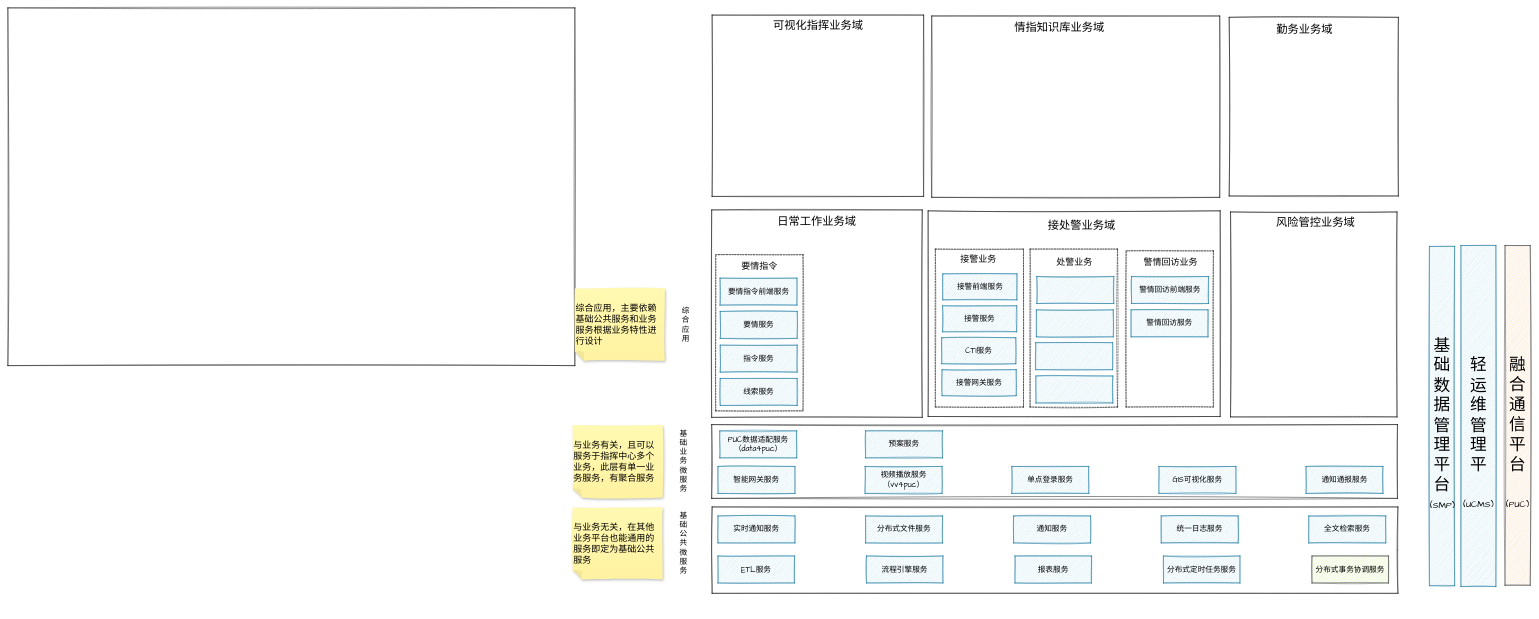
Earlier version of the draw.io diagram page "服务分层分域结构图" (2 of 2) of 基于云平台的微服务架构.drawio (chensiyu123456/drawio-files). Source tidied: cells renumbered, new cells numbered last; positions are measured from the earlier drawing's top-left corner, leaving out a move shared by most shapes. Both pictures are drawn from the tidied source at 45%, with x=0, y=0 at pixel (8, 8).
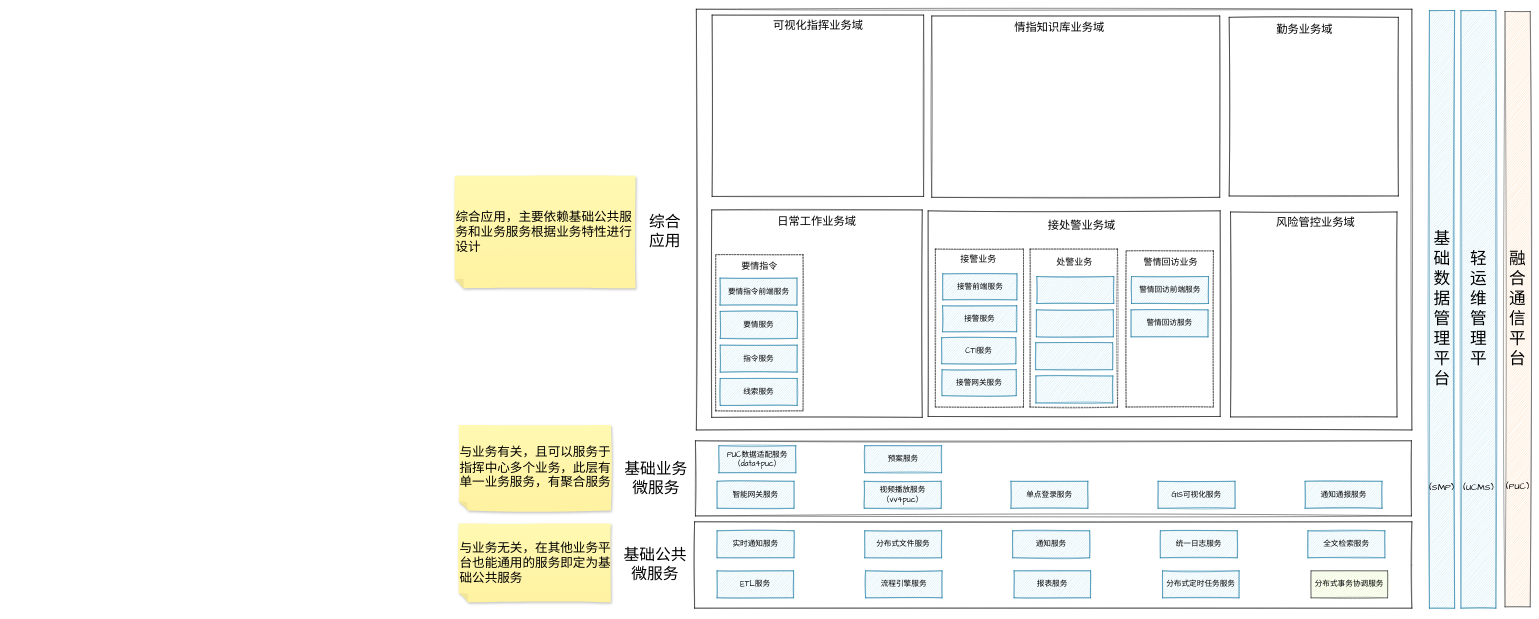
The same page after the edit.

Commit message:
更新基于云平台的微服务架构.drawio

What changed in the source:
```diff
@@
+    <mxCell id="3" style="rounded=0;whiteSpace=wrap;html=1;sketch=1;hachureGap=4;fontFamily=Architects Daughter;fontSize=17;fontColor=#000000;" parent="1" vertex="1">
+      <mxGeometry x="1529.9" y="3" width="1590.1" height="935" as="geometry" />
+    </mxCell>
@@
-    <mxCell id="3" style="rounded=0;whiteSpace=wrap;html=1;sketch=1;hachureGap=4;fontFamily=Architects Daughter;fontSize=17;fontColor=#000000;" parent="1" vertex="1">
-      <mxGeometry width="1260" height="795" as="geometry" />
-    </mxCell>
     <mxCell id="4" style="edgeStyle=none;curved=1;rounded=0;sketch=1;hachureGap=4;jettySize=auto;html=1;exitX=1;exitY=0.5;exitDx=0;exitDy=0;fontFamily=Architects Daughter;fontSize=25;endArrow=open;startSize=14;endSize=14;sourcePerimeterSpacing=8;targetPerimeterSpacing=8;" parent="1" edge="1" source="5">
       <mxGeometry relative="1" as="geometry">
-        <mxPoint x="2344" y="1205" as="targetPoint" />
+        <mxPoint x="2342" y="1238" as="targetPoint" />
       </mxGeometry>
     </mxCell>
     <mxCell id="5" style="rounded=0;whiteSpace=wrap;html=1;sketch=1;hachureGap=4;fontFamily=Architects Daughter;fontSize=17;fontColor=#000000;" parent="1" vertex="1">
-      <mxGeometry x="1565" y="1109" width="1524" height="192" as="geometry" />
+      <mxGeometry x="1526" y="1142" width="1594" height="192" as="geometry" />
     </mxCell>
-    <mxCell id="6" value="基础公共微服务" style="text;strokeColor=none;fillColor=none;html=1;align=center;verticalAlign=middle;whiteSpace=wrap;rounded=0;sketch=1;hachureGap=4;fontFamily=Architects Daughter;fontSize=17;fontColor=#000000;" parent="1" vertex="1">
-      <mxGeometry x="1485" y="1088" width="33" height="204" as="geometry" />
+    <mxCell id="6" value="基础公共&lt;br&gt;微服务" style="text;strokeColor=none;fillColor=none;html=1;align=center;verticalAlign=middle;whiteSpace=wrap;rounded=0;sketch=1;hachureGap=4;fontFamily=Architects Daughter;fontSize=35;fontColor=#000000;" parent="1" vertex="1">
+      <mxGeometry x="1341" y="1136" width="195" height="204" as="geometry" />
     </mxCell>
     <mxCell id="7" value="实时通知服务" style="rounded=0;whiteSpace=wrap;html=1;sketch=1;hachureGap=4;fontFamily=Architects Daughter;fontSize=17;fillColor=#b1ddf0;strokeColor=#10739e;" parent="1" vertex="1">
-      <mxGeometry x="1578" y="1129" width="171" height="60" as="geometry" />
+      <mxGeometry x="1576" y="1162" width="171" height="60" as="geometry" />
     </mxCell>
     <mxCell id="8" value="分布式文件服务" style="rounded=0;whiteSpace=wrap;html=1;sketch=1;hachureGap=4;fontFamily=Architects Daughter;fontSize=17;fillColor=#b1ddf0;strokeColor=#10739e;" parent="1" vertex="1">
-      <mxGeometry x="1906" y="1129" width="171" height="60" as="geometry" />
+      <mxGeometry x="1904" y="1162" width="171" height="60" as="geometry" />
     </mxCell>
     <mxCell id="9" value="通知服务" style="rounded=0;whiteSpace=wrap;html=1;sketch=1;hachureGap=4;fontFamily=Architects Daughter;fontSize=17;fillColor=#b1ddf0;strokeColor=#10739e;" parent="1" vertex="1">
-      <mxGeometry x="2235" y="1129" width="171" height="60" as="geometry" />
+      <mxGeometry x="2233" y="1162" width="171" height="60" as="geometry" />
     </mxCell>
     <mxCell id="10" style="rounded=0;whiteSpace=wrap;html=1;sketch=1;hachureGap=4;fontFamily=Architects Daughter;fontSize=17;fontColor=#000000;" parent="1" vertex="1">
-      <mxGeometry x="1564" y="926" width="1524" height="164" as="geometry" />
+      <mxGeometry x="1527.9" y="962" width="1591.1" height="167" as="geometry" />
     </mxCell>
-    <mxCell id="11" value="基础业务微服务" style="text;strokeColor=none;fillColor=none;html=1;align=center;verticalAlign=middle;whiteSpace=wrap;rounded=0;sketch=1;hachureGap=4;fontFamily=Architects Daughter;fontSize=17;fontColor=#000000;" parent="1" vertex="1">
-      <mxGeometry x="1485" y="906" width="33" height="204" as="geometry" />
+    <mxCell id="11" value="基础业务&lt;br style=&quot;font-size: 35px;&quot;&gt;微服务" style="text;strokeColor=none;fillColor=none;html=1;align=center;verticalAlign=middle;whiteSpace=wrap;rounded=0;sketch=1;hachureGap=4;fontFamily=Architects Daughter;fontSize=35;fontColor=#000000;" parent="1" vertex="1">
+      <mxGeometry x="1345" y="943.5" width="191" height="204" as="geometry" />
     </mxCell>
     <mxCell id="12" value="GIS可视化服务" style="rounded=0;whiteSpace=wrap;html=1;sketch=1;hachureGap=4;fontFamily=Architects Daughter;fontSize=17;fillColor=#b1ddf0;strokeColor=#10739e;" parent="1" vertex="1">
-      <mxGeometry x="2558" y="1019" width="171" height="60" as="geometry" />
+      <mxGeometry x="2556" y="1052" width="171" height="60" as="geometry" />
     </mxCell>
     <mxCell id="13" value="通知通报服务" style="rounded=0;whiteSpace=wrap;html=1;sketch=1;hachureGap=4;fontFamily=Architects Daughter;fontSize=17;fillColor=#b1ddf0;strokeColor=#10739e;" parent="1" vertex="1">
-      <mxGeometry x="2884.7" y="1019" width="171" height="60" as="geometry" />
+      <mxGeometry x="2882.7" y="1052" width="171" height="60" as="geometry" />
     </mxCell>
     <mxCell id="14" value="统一日志服务" style="rounded=0;whiteSpace=wrap;html=1;sketch=1;hachureGap=4;fontFamily=Architects Daughter;fontSize=17;fillColor=#b1ddf0;strokeColor=#10739e;" parent="1" vertex="1">
-      <mxGeometry x="2563" y="1129" width="171" height="60" as="geometry" />
+      <mxGeometry x="2561" y="1162" width="171" height="60" as="geometry" />
     </mxCell>
     <mxCell id="15" value="全文检索服务" style="rounded=0;whiteSpace=wrap;html=1;sketch=1;hachureGap=4;fontFamily=Architects Daughter;fontSize=17;fillColor=#b1ddf0;strokeColor=#10739e;" parent="1" vertex="1">
-      <mxGeometry x="2891" y="1129" width="171" height="60" as="geometry" />
+      <mxGeometry x="2889" y="1162" width="171" height="60" as="geometry" />
     </mxCell>
     <mxCell id="16" style="group;" parent="1" vertex="1">
-      <mxGeometry x="3324" y="528" width="61" height="755" as="geometry" />
+      <mxGeometry x="3324" y="8" width="61" height="1323" as="geometry" />
     </mxCell>
     <mxCell id="17" value="融合通信平台" style="rounded=0;whiteSpace=wrap;html=1;sketch=1;hachureGap=4;fontFamily=Architects Daughter;fontSize=37;fillColor=#ffcc99;strokeColor=#36393d;" parent="16" vertex="1">
-      <mxGeometry x="3" width="56" height="755" as="geometry" />
+      <mxGeometry x="3" width="56" height="1323" as="geometry" />
     </mxCell>
     <mxCell id="18" value="(PUC)" style="text;html=1;align=center;verticalAlign=middle;strokeColor=none;fillColor=none;sketch=1;hachureGap=4;fontFamily=Architects Daughter;fontSize=20;fontColor=#000000;" parent="16" vertex="1">
-      <mxGeometry y="560.9" width="61" height="28" as="geometry" />
+      <mxGeometry y="1041" width="61" height="28" as="geometry" />
     </mxCell>
     <mxCell id="19" value="ETL服务" style="rounded=0;whiteSpace=wrap;html=1;sketch=1;hachureGap=4;fontFamily=Architects Daughter;fontSize=17;fillColor=#b1ddf0;strokeColor=#10739e;" parent="1" vertex="1">
-      <mxGeometry x="1578" y="1218" width="170" height="60" as="geometry" />
+      <mxGeometry x="1576" y="1251" width="170" height="60" as="geometry" />
     </mxCell>
     <mxCell id="20" value="智能网关服务" style="rounded=0;whiteSpace=wrap;html=1;sketch=1;hachureGap=4;fontFamily=Architects Daughter;fontSize=17;fillColor=#b1ddf0;strokeColor=#10739e;" parent="1" vertex="1">
-      <mxGeometry x="1578" y="1019" width="171" height="60" as="geometry" />
+      <mxGeometry x="1576" y="1052" width="171" height="60" as="geometry" />
     </mxCell>
     <mxCell id="21" style="group;" parent="1" vertex="1">
-      <mxGeometry x="3155" y="530" width="65" height="754" as="geometry" />
+      <mxGeometry x="3155" y="6" width="65" height="1328" as="geometry" />
     </mxCell>
     <mxCell id="22" value="基础数据管理平台" style="rounded=0;whiteSpace=wrap;html=1;sketch=1;hachureGap=4;fontFamily=Architects Daughter;fontSize=37;fillColor=#b1ddf0;strokeColor=#10739e;" parent="21" vertex="1">
-      <mxGeometry x="4" width="56" height="754" as="geometry" />
+      <mxGeometry x="4" width="56" height="1328" as="geometry" />
     </mxCell>
     <mxCell id="23" value="(SMP)" style="text;html=1;align=center;verticalAlign=middle;strokeColor=none;fillColor=none;sketch=1;hachureGap=4;fontFamily=Architects Daughter;fontSize=20;fontColor=#000000;" parent="21" vertex="1">
-      <mxGeometry y="560.1" width="65" height="28" as="geometry" />
+      <mxGeometry x="-2" y="1044.6" width="65" height="28" as="geometry" />
     </mxCell>
     <mxCell id="24" value="流程引擎服务" style="rounded=0;whiteSpace=wrap;html=1;sketch=1;hachureGap=4;fontFamily=Architects Daughter;fontSize=17;fillColor=#b1ddf0;strokeColor=#10739e;" parent="1" vertex="1">
-      <mxGeometry x="1908" y="1218" width="170" height="60" as="geometry" />
+      <mxGeometry x="1906" y="1251" width="170" height="60" as="geometry" />
     </mxCell>
     <mxCell id="25" value="单点登录服务" style="rounded=0;whiteSpace=wrap;html=1;sketch=1;hachureGap=4;fontFamily=Architects Daughter;fontSize=17;fillColor=#b1ddf0;strokeColor=#10739e;" parent="1" vertex="1">
-      <mxGeometry x="2231" y="1019" width="171" height="60" as="geometry" />
+      <mxGeometry x="2229" y="1052" width="171" height="60" as="geometry" />
     </mxCell>
     <mxCell id="26" value="轻&lt;br&gt;运&lt;br&gt;维&lt;br&gt;管&lt;br&gt;理&lt;br&gt;平" style="rounded=0;whiteSpace=wrap;html=1;sketch=1;hachureGap=4;fontFamily=Architects Daughter;fontSize=37;fillColor=#b1ddf0;strokeColor=#10739e;" parent="1" vertex="1">
-      <mxGeometry x="3229" y="528" width="77.7" height="758" as="geometry" />
+      <mxGeometry x="3229" y="6" width="77.7" height="1328" as="geometry" />
     </mxCell>
     <mxCell id="27" value="(UCMS)" style="text;html=1;align=center;verticalAlign=middle;strokeColor=none;fillColor=none;sketch=1;hachureGap=4;fontFamily=Architects Daughter;fontSize=20;fontColor=#000000;" parent="1" vertex="1">
-      <mxGeometry x="3229" y="1089" width="78" height="28" as="geometry" />
+      <mxGeometry x="3229" y="1050" width="78" height="28" as="geometry" />
     </mxCell>
-    <mxCell id="28" value="与业务无关，在其他业务平台也能通用的服务即定为基础公共服务" style="shape=note;whiteSpace=wrap;html=1;backgroundOutline=1;fontColor=#000000;darkOpacity=0.05;fillColor=#FFF9B2;strokeColor=none;fillStyle=solid;direction=west;gradientDirection=north;gradientColor=#FFF2A1;shadow=1;size=20;sketch=1;hachureGap=4;fontFamily=Architects Daughter;fontSize=20;align=left;" parent="1" vertex="1">
-      <mxGeometry x="1255" y="1110" width="200" height="160" as="geometry" />
+    <mxCell id="28" value="与业务无关，在其他业务平台也能通用的服务即定为基础公共服务" style="shape=note;whiteSpace=wrap;html=1;backgroundOutline=1;fontColor=#000000;darkOpacity=0.05;fillColor=#FFF9B2;strokeColor=none;fillStyle=solid;direction=west;gradientDirection=north;gradientColor=#FFF2A1;shadow=1;size=20;sketch=1;hachureGap=4;fontFamily=Architects Daughter;fontSize=28;align=left;" parent="1" vertex="1">
+      <mxGeometry x="1002" y="1146" width="338" height="175" as="geometry" />
     </mxCell>
-    <mxCell id="29" value="与业务有关，且可以服务于指挥中心多个业务，此层有单一业务服务，有聚合服务" style="shape=note;whiteSpace=wrap;html=1;backgroundOutline=1;fontColor=#000000;darkOpacity=0.05;fillColor=#FFF9B2;strokeColor=none;fillStyle=solid;direction=west;gradientDirection=north;gradientColor=#FFF2A1;shadow=1;size=20;sketch=1;hachureGap=4;fontFamily=Architects Daughter;fontSize=20;align=left;" parent="1" vertex="1">
-      <mxGeometry x="1255" y="927" width="200" height="161" as="geometry" />
+    <mxCell id="29" value="与业务有关，且可以服务于指挥中心多个业务，此层有单一业务服务，有聚合服务" style="shape=note;whiteSpace=wrap;html=1;backgroundOutline=1;fontColor=#000000;darkOpacity=0.05;fillColor=#FFF9B2;strokeColor=none;fillStyle=solid;direction=west;gradientDirection=north;gradientColor=#FFF2A1;shadow=1;size=20;sketch=1;hachureGap=4;fontFamily=Architects Daughter;fontSize=28;align=left;" parent="1" vertex="1">
+      <mxGeometry x="1002" y="927" width="338" height="190" as="geometry" />
     </mxCell>
     <mxCell id="30" value="报表服务" style="rounded=0;whiteSpace=wrap;html=1;sketch=1;hachureGap=4;fontFamily=Architects Daughter;fontSize=17;fillColor=#b1ddf0;strokeColor=#10739e;" parent="1" vertex="1">
-      <mxGeometry x="2238" y="1218" width="170" height="60" as="geometry" />
+      <mxGeometry x="2236" y="1251" width="170" height="60" as="geometry" />
     </mxCell>
     <mxCell id="31" value="分布式定时任务服务" style="rounded=0;whiteSpace=wrap;html=1;sketch=1;hachureGap=4;fontFamily=Architects Daughter;fontSize=17;fillColor=#b1ddf0;strokeColor=#10739e;" parent="1" vertex="1">
-      <mxGeometry x="2568" y="1218" width="170" height="60" as="geometry" />
+      <mxGeometry x="2566" y="1251" width="170" height="60" as="geometry" />
     </mxCell>
     <mxCell id="32" value="分布式事务协调服务" style="rounded=0;whiteSpace=wrap;html=1;sketch=1;hachureGap=4;fontFamily=Architects Daughter;fontSize=17;fillColor=#cdeb8b;strokeColor=#36393d;" parent="1" vertex="1">
-      <mxGeometry x="2898" y="1218" width="170" height="60" as="geometry" />
+      <mxGeometry x="2896" y="1251" width="170" height="60" as="geometry" />
     </mxCell>
     <mxCell id="33" value="视频播放服务&lt;br&gt;（vv4puc）" style="rounded=0;whiteSpace=wrap;html=1;sketch=1;hachureGap=4;fontFamily=Architects Daughter;fontSize=17;fillColor=#b1ddf0;strokeColor=#10739e;" parent="1" vertex="1">
-      <mxGeometry x="1905" y="1019" width="171" height="60" as="geometry" />
+      <mxGeometry x="1903" y="1052" width="171" height="60" as="geometry" />
     </mxCell>
-    <mxCell id="34" value="综合应用" style="text;strokeColor=none;fillColor=none;html=1;align=center;verticalAlign=middle;whiteSpace=wrap;rounded=0;sketch=1;hachureGap=4;fontFamily=Architects Daughter;fontSize=17;fontColor=#000000;" parent="1" vertex="1">
-      <mxGeometry x="1490" y="602" width="33" height="204" as="geometry" />
+    <mxCell id="34" value="综合&lt;br style=&quot;font-size: 35px;&quot;&gt;应用" style="text;strokeColor=none;fillColor=none;html=1;align=center;verticalAlign=middle;whiteSpace=wrap;rounded=0;sketch=1;hachureGap=4;fontFamily=Architects Daughter;fontSize=35;fontColor=#000000;" parent="1" vertex="1">
+      <mxGeometry x="1350" y="356" width="220" height="284" as="geometry" />
     </mxCell>
-    <mxCell id="35" value="综合应用，主要依赖基础公共服务和业务服务根据业务特性进行设计" style="shape=note;whiteSpace=wrap;html=1;backgroundOutline=1;fontColor=#000000;darkOpacity=0.05;fillColor=#FFF9B2;strokeColor=none;fillStyle=solid;direction=west;gradientDirection=north;gradientColor=#FFF2A1;shadow=1;size=20;sketch=1;hachureGap=4;fontFamily=Architects Daughter;fontSize=20;align=left;" parent="1" vertex="1">
-      <mxGeometry x="1260" y="623" width="200" height="161" as="geometry" />
+    <mxCell id="35" value="综合应用，主要依赖基础公共服务和业务服务根据业务特性进行设计" style="shape=note;whiteSpace=wrap;html=1;backgroundOutline=1;fontColor=#000000;darkOpacity=0.05;fillColor=#FFF9B2;strokeColor=none;fillStyle=solid;direction=west;gradientDirection=north;gradientColor=#FFF2A1;shadow=1;size=20;sketch=1;hachureGap=4;fontFamily=Architects Daughter;fontSize=28;align=left;" parent="1" vertex="1">
+      <mxGeometry x="993" y="373" width="402" height="250.1" as="geometry" />
     </mxCell>
     <mxCell id="36" value="PUC数据适配服务&lt;br&gt;（data4puc）" style="rounded=0;whiteSpace=wrap;html=1;sketch=1;hachureGap=4;fontFamily=Architects Daughter;fontSize=17;fillColor=#b1ddf0;strokeColor=#10739e;" parent="1" vertex="1">
-      <mxGeometry x="1582" y="940" width="171" height="60" as="geometry" />
+      <mxGeometry x="1580" y="973" width="171" height="60" as="geometry" />
     </mxCell>
     <mxCell id="37" value="预案服务" style="rounded=0;whiteSpace=wrap;html=1;sketch=1;hachureGap=4;fontFamily=Architects Daughter;fontSize=17;fillColor=#b1ddf0;strokeColor=#10739e;" parent="1" vertex="1">
-      <mxGeometry x="1906" y="940" width="171" height="60" as="geometry" />
+      <mxGeometry x="1904" y="973" width="171" height="60" as="geometry" />
     </mxCell>
```
